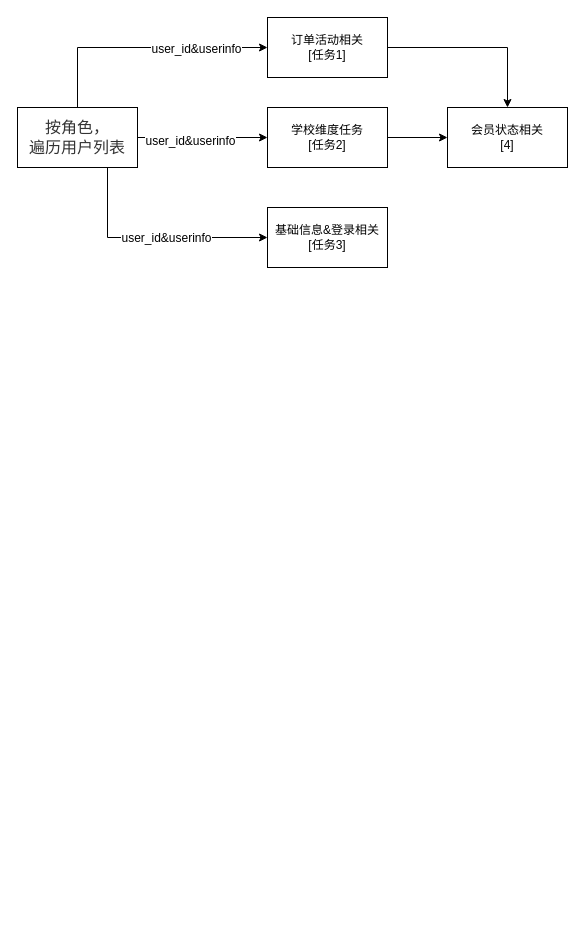
This is 标签系统.drawio from hellojd2018/ms_document, a draw.io file, before an edit. Source tidied: cells renumbered, new cells numbered last; positions are measured from the earlier drawing's top-left corner, leaving out a move shared by most shapes. Both pictures are drawn from the tidied source at 100%, with x=0, y=0 at pixel (17, 17).
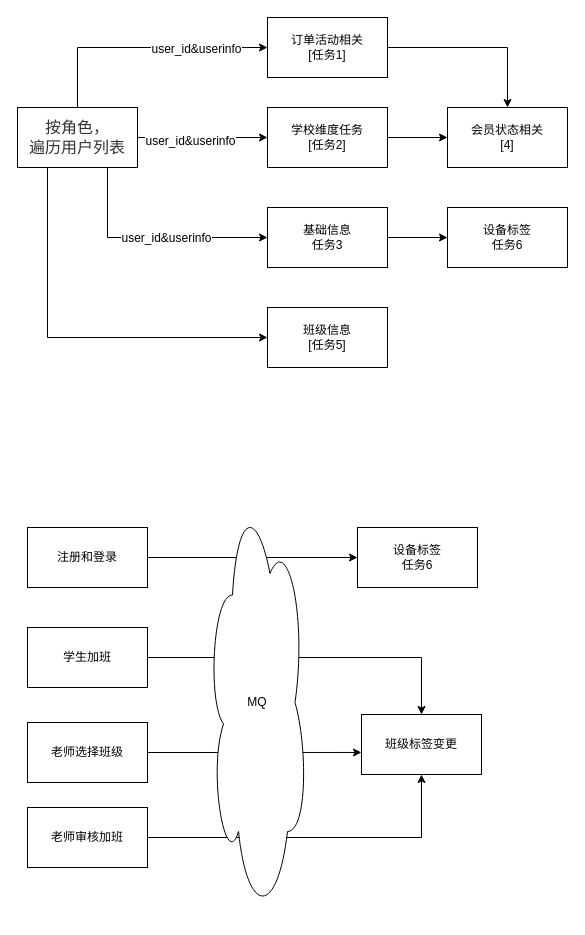
The same diagram, later.

Unchanged cells that the change refers to:
```xml
<mxCell id="8" value="&lt;span style=&quot;color: rgb(51 , 51 , 51) ; font-family: &amp;#34;open sans&amp;#34; , &amp;#34;clear sans&amp;#34; , &amp;#34;helvetica neue&amp;#34; , &amp;#34;helvetica&amp;#34; , &amp;#34;arial&amp;#34; , sans-serif ; font-size: 16px ; text-align: left ; white-space: pre-wrap ; background-color: rgb(255 , 255 , 255)&quot;&gt;按角色，&lt;br/&gt;遍历用户列表&lt;/span&gt;" style="rounded=0;whiteSpace=wrap;html=1;" parent="1" vertex="1">
  <mxGeometry y="90" width="120" height="60" as="geometry" />
</mxCell>
```

The edit, as a diff of the source:
```diff
@@
+    <mxCell id="15" style="edgeStyle=orthogonalEdgeStyle;rounded=0;jettySize=auto;html=1;exitX=0.25;exitY=1;exitDx=0;exitDy=0;entryX=0;entryY=0.5;entryDx=0;entryDy=0;" parent="1" edge="1" source="8" target="26">
+      <mxGeometry relative="1" as="geometry" />
+    </mxCell>
@@
+    <mxCell id="16" style="edgeStyle=orthogonalEdgeStyle;rounded=0;jettySize=auto;html=1;exitX=1;exitY=0.5;exitDx=0;exitDy=0;entryX=0;entryY=0.5;entryDx=0;entryDy=0;" parent="1" edge="1" source="11" target="28">
+      <mxGeometry relative="1" as="geometry" />
+    </mxCell>
-    <mxCell id="11" value="基础信息&amp;amp;登录相关&lt;br&gt;[任务3]" style="rounded=0;whiteSpace=wrap;html=1;" parent="1" vertex="1">
+    <mxCell id="11" value="基础信息&lt;br&gt;任务3" style="rounded=0;whiteSpace=wrap;html=1;" parent="1" vertex="1">
       <mxGeometry x="250" y="190" width="120" height="60" as="geometry" />
     </mxCell>
@@
+    <mxCell id="17" style="edgeStyle=orthogonalEdgeStyle;rounded=0;jettySize=auto;html=1;exitX=1;exitY=0.5;exitDx=0;exitDy=0;" parent="1" edge="1" source="18" target="27">
+      <mxGeometry relative="1" as="geometry" />
+    </mxCell>
+    <mxCell id="18" value="注册和登录" style="rounded=0;whiteSpace=wrap;html=1;" parent="1" vertex="1">
+      <mxGeometry x="10" y="510" width="120" height="60" as="geometry" />
+    </mxCell>
+    <mxCell id="19" style="edgeStyle=orthogonalEdgeStyle;rounded=0;jettySize=auto;html=1;exitX=1;exitY=0.5;exitDx=0;exitDy=0;entryX=0.5;entryY=0;entryDx=0;entryDy=0;" parent="1" edge="1" source="20" target="25">
+      <mxGeometry relative="1" as="geometry" />
+    </mxCell>
+    <mxCell id="20" value="学生加班" style="rounded=0;whiteSpace=wrap;html=1;" parent="1" vertex="1">
+      <mxGeometry x="10" y="610" width="120" height="60" as="geometry" />
+    </mxCell>
+    <mxCell id="21" style="edgeStyle=orthogonalEdgeStyle;rounded=0;jettySize=auto;html=1;exitX=1;exitY=0.5;exitDx=0;exitDy=0;entryX=0;entryY=0.633;entryDx=0;entryDy=0;entryPerimeter=0;" parent="1" edge="1" source="22" target="25">
+      <mxGeometry relative="1" as="geometry" />
+    </mxCell>
+    <mxCell id="22" value="老师选择班级" style="rounded=0;whiteSpace=wrap;html=1;" parent="1" vertex="1">
+      <mxGeometry x="10" y="705" width="120" height="60" as="geometry" />
+    </mxCell>
+    <mxCell id="23" style="edgeStyle=orthogonalEdgeStyle;rounded=0;jettySize=auto;html=1;exitX=1;exitY=0.5;exitDx=0;exitDy=0;" parent="1" edge="1" source="24" target="25">
+      <mxGeometry relative="1" as="geometry" />
+    </mxCell>
+    <mxCell id="24" value="老师审核加班" style="rounded=0;whiteSpace=wrap;html=1;" parent="1" vertex="1">
+      <mxGeometry x="10" y="790" width="120" height="60" as="geometry" />
+    </mxCell>
+    <mxCell id="25" value="班级标签变更" style="rounded=0;whiteSpace=wrap;html=1;" parent="1" vertex="1">
+      <mxGeometry x="344" y="697" width="120" height="60" as="geometry" />
+    </mxCell>
+    <mxCell id="26" value="班级信息&lt;br&gt;[任务5]" style="rounded=0;whiteSpace=wrap;html=1;" parent="1" vertex="1">
+      <mxGeometry x="250" y="290" width="120" height="60" as="geometry" />
+    </mxCell>
+    <mxCell id="27" value="设备标签&lt;br&gt;任务6" style="rounded=0;whiteSpace=wrap;html=1;" parent="1" vertex="1">
+      <mxGeometry x="340" y="510" width="120" height="60" as="geometry" />
+    </mxCell>
+    <mxCell id="28" value="设备标签&lt;br&gt;任务6" style="rounded=0;whiteSpace=wrap;html=1;" parent="1" vertex="1">
+      <mxGeometry x="430" y="190" width="120" height="60" as="geometry" />
+    </mxCell>
+    <mxCell id="29" value="MQ" style="ellipse;shape=cloud;whiteSpace=wrap;html=1;" parent="1" vertex="1">
+      <mxGeometry x="190" y="470" width="100" height="430" as="geometry" />
+    </mxCell>
```
